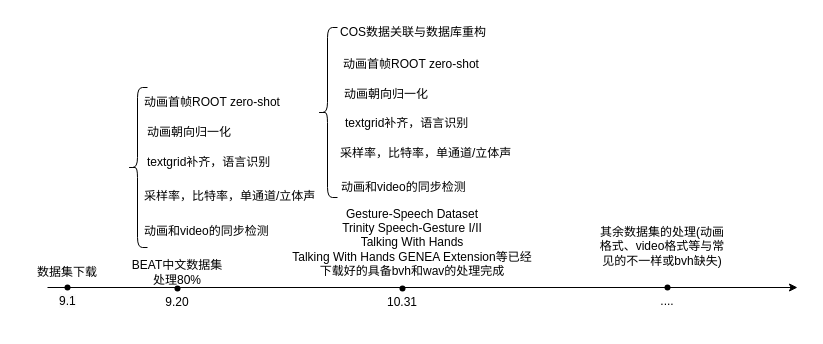
Earlier version of the draw.io diagram cs2g进展.drawio (enzoyes/desginsindraw). Source tidied: cells renumbered, new cells numbered last; positions are measured from the earlier drawing's top-left corner, leaving out a move shared by most shapes. Both pictures are drawn from the tidied source at 100%, with x=0, y=0 at pixel (17, 17).
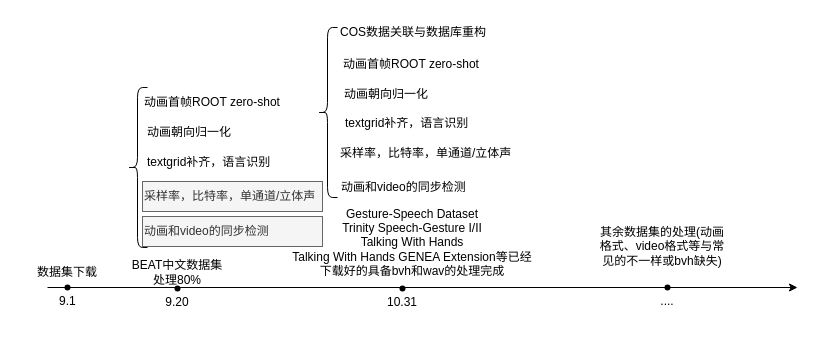
Above is the later version.

Change to the diagram source:
```diff
@@
-    <mxCell id="14" value="采样率，比特率，单通道/立体声" style="text;html=1;strokeColor=none;fillColor=none;align=left;verticalAlign=middle;whiteSpace=wrap;rounded=0;" parent="1" vertex="1">
+    <mxCell id="14" value="采样率，比特率，单通道/立体声" style="text;html=1;strokeColor=#666666;fillColor=#f5f5f5;align=left;verticalAlign=middle;whiteSpace=wrap;rounded=0;fontColor=#333333;" parent="1" vertex="1">
       <mxGeometry x="125" y="164" width="180" height="30" as="geometry" />
     </mxCell>
@@
-    <mxCell id="23" value="动画和video的同步检测" style="text;html=1;strokeColor=none;fillColor=none;align=left;verticalAlign=middle;whiteSpace=wrap;rounded=0;" parent="1" vertex="1">
+    <mxCell id="23" value="动画和video的同步检测" style="text;html=1;strokeColor=#666666;fillColor=#f5f5f5;align=left;verticalAlign=middle;whiteSpace=wrap;rounded=0;fontColor=#333333;" parent="1" vertex="1">
       <mxGeometry x="125" y="199" width="180" height="30" as="geometry" />
     </mxCell>
```
